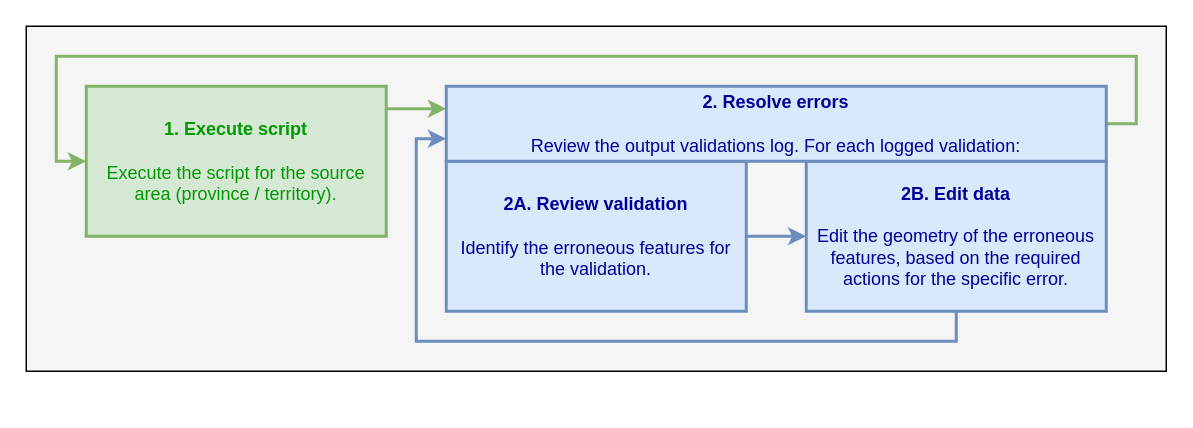
Earlier version of the draw.io diagram docs/source/_static/topology_validation/editing_process_topology_validation.drawio (StatCan/egp-crn). Source tidied: cells renumbered, new cells numbered last; positions are measured from the earlier drawing's top-left corner, leaving out a move shared by most shapes. Both pictures are drawn from the tidied source at 150%, with x=0, y=0 at pixel (26, 26).
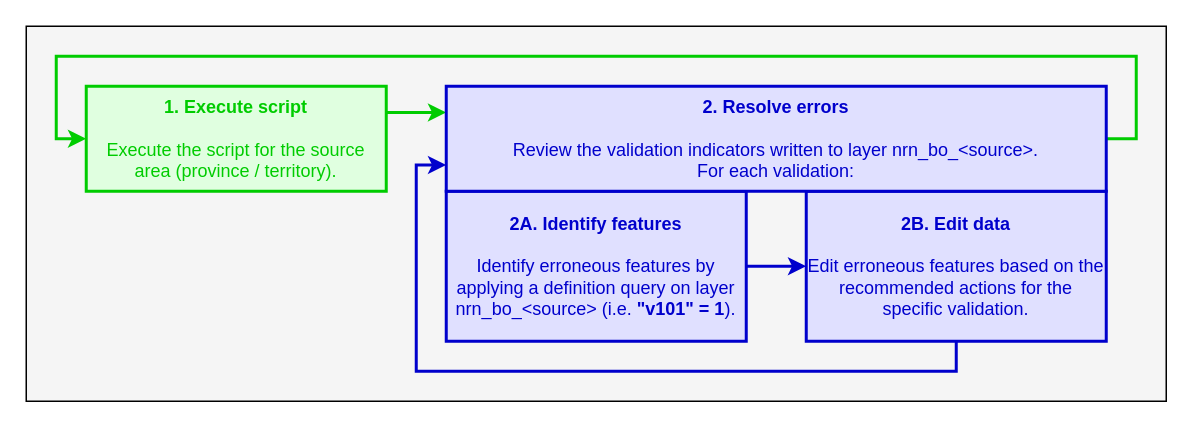
Above is the later version.

Commit message (it also covers changes not shown here):
docs [1] updated TOC descriptions, output layer descriptions, and editing process diagrams / descriptions.

Change to the diagram source:
```diff
@@
 <mxGraphModel>
   <root>
     <mxCell id="0" />
     <mxCell id="1" parent="0" />
     <mxCell id="2" style="rounded=0;whiteSpace=wrap;html=1;strokeColor=#000000;strokeWidth=1;fillColor=#F5F5F5;" parent="1" vertex="1">
-      <mxGeometry width="760" height="230" as="geometry" />
+      <mxGeometry width="760" height="250" as="geometry" />
     </mxCell>
-    <mxCell id="3" style="edgeStyle=orthogonalEdgeStyle;rounded=0;jettySize=auto;html=1;fontColor=#000099;exitX=0.995;exitY=0.153;exitDx=0;exitDy=0;exitPerimeter=0;entryX=0;entryY=0.3;entryDx=0;entryDy=0;entryPerimeter=0;strokeWidth=2;strokeColor=#82B366;" parent="1" edge="1" source="4" target="10">
-      <mxGeometry relative="1" as="geometry">
-        <Array as="points">
-          <mxPoint x="280" y="55" />
-        </Array>
-      </mxGeometry>
+    <mxCell id="3" style="edgeStyle=orthogonalEdgeStyle;rounded=0;jettySize=auto;html=1;entryX=0;entryY=0.25;entryDx=0;entryDy=0;fontColor=#0000CC;strokeColor=#00CC00;exitX=1;exitY=0.25;exitDx=0;exitDy=0;strokeWidth=2;" parent="1" edge="1" source="4" target="10">
+      <mxGeometry relative="1" as="geometry" />
     </mxCell>
-    <mxCell id="4" value="&lt;font color=&quot;#009900&quot;&gt;&lt;b&gt;1. Execute script&lt;/b&gt;&lt;br&gt;&lt;br&gt;Execute the script for the source area (province / territory).&lt;/font&gt;" style="rounded=0;whiteSpace=wrap;html=1;strokeColor=#82b366;strokeWidth=2;fillColor=#d5e8d4;align=center;verticalAlign=middle;" parent="1" vertex="1">
-      <mxGeometry x="40" y="40" width="200" height="100" as="geometry" />
+    <mxCell id="4" value="&lt;font&gt;&lt;b&gt;1. Execute script&lt;/b&gt;&lt;br&gt;&lt;br&gt;Execute the script for the source area (province / territory).&lt;/font&gt;" style="rounded=0;whiteSpace=wrap;html=1;strokeColor=#00CC00;strokeWidth=2;fillColor=#E0FFE0;align=center;verticalAlign=middle;fontColor=#00CC00;" parent="1" vertex="1">
+      <mxGeometry x="40" y="40" width="200" height="70" as="geometry" />
     </mxCell>
-    <mxCell id="5" style="edgeStyle=orthogonalEdgeStyle;rounded=0;jettySize=auto;html=1;strokeColor=#6C8EBF;strokeWidth=2;" parent="1" edge="1" source="6" target="8">
+    <mxCell id="5" style="edgeStyle=orthogonalEdgeStyle;rounded=0;jettySize=auto;html=1;strokeColor=#0000CC;strokeWidth=2;" parent="1" edge="1" source="6" target="8">
       <mxGeometry relative="1" as="geometry" />
     </mxCell>
-    <mxCell id="6" value="&lt;font color=&quot;#000099&quot;&gt;&lt;b&gt;2A. Review validation&lt;/b&gt;&lt;br&gt;&lt;br&gt;Identify the erroneous features for the validation.&lt;/font&gt;" style="rounded=0;whiteSpace=wrap;html=1;strokeColor=#6c8ebf;strokeWidth=2;fillColor=#dae8fc;align=center;verticalAlign=middle;" parent="1" vertex="1">
-      <mxGeometry x="280" y="90" width="200" height="100" as="geometry" />
+    <mxCell id="6" value="&lt;font&gt;&lt;b&gt;2A. Identify features&lt;/b&gt;&lt;br&gt;&lt;br&gt;Identify erroneous features by applying a definition query on layer nrn_bo_&amp;lt;source&amp;gt; (i.e. &lt;b&gt;&quot;v101&quot; = 1&lt;/b&gt;).&lt;/font&gt;" style="rounded=0;whiteSpace=wrap;html=1;strokeColor=#0000CC;strokeWidth=2;fillColor=#E0E0FF;align=center;verticalAlign=middle;fontColor=#0000CC;" parent="1" vertex="1">
+      <mxGeometry x="280" y="110" width="200" height="100" as="geometry" />
     </mxCell>
-    <mxCell id="7" style="edgeStyle=orthogonalEdgeStyle;rounded=0;jettySize=auto;html=1;entryX=0;entryY=0.7;entryDx=0;entryDy=0;entryPerimeter=0;strokeColor=#6C8EBF;strokeWidth=2;" parent="1" edge="1" source="8" target="10">
+    <mxCell id="7" style="edgeStyle=orthogonalEdgeStyle;rounded=0;jettySize=auto;html=1;entryX=0;entryY=0.75;entryDx=0;entryDy=0;strokeColor=#0000CC;strokeWidth=2;" parent="1" edge="1" source="8" target="10">
       <mxGeometry relative="1" as="geometry">
         <Array as="points">
-          <mxPoint x="620" y="210" />
-          <mxPoint x="260" y="210" />
-          <mxPoint x="260" y="75" />
+          <mxPoint x="620" y="230" />
+          <mxPoint x="260" y="230" />
+          <mxPoint x="260" y="93" />
         </Array>
       </mxGeometry>
     </mxCell>
-    <mxCell id="8" value="&lt;font color=&quot;#000099&quot;&gt;&lt;b&gt;2B. Edit data&lt;/b&gt;&lt;br&gt;&lt;br&gt;Edit the geometry of the erroneous features, based on the required actions for the specific error.&lt;/font&gt;" style="rounded=0;whiteSpace=wrap;html=1;strokeColor=#6c8ebf;strokeWidth=2;fillColor=#dae8fc;align=center;verticalAlign=middle;" parent="1" vertex="1">
-      <mxGeometry x="520" y="90" width="200" height="100" as="geometry" />
+    <mxCell id="8" value="&lt;font&gt;&lt;b&gt;2B. Edit data&lt;/b&gt;&lt;br&gt;&lt;br&gt;Edit erroneous features based on the recommended actions for the specific validation.&lt;/font&gt;" style="rounded=0;whiteSpace=wrap;html=1;strokeColor=#0000CC;strokeWidth=2;fillColor=#E0E0FF;align=center;verticalAlign=middle;fontColor=#0000CC;" parent="1" vertex="1">
+      <mxGeometry x="520" y="110" width="200" height="100" as="geometry" />
     </mxCell>
-    <mxCell id="9" style="edgeStyle=orthogonalEdgeStyle;rounded=0;jettySize=auto;html=1;entryX=0;entryY=0.5;entryDx=0;entryDy=0;exitX=1;exitY=0.5;exitDx=0;exitDy=0;strokeWidth=2;strokeColor=#82B366;" parent="1" edge="1" source="10" target="4">
+    <mxCell id="9" style="edgeStyle=orthogonalEdgeStyle;rounded=0;jettySize=auto;html=1;entryX=0;entryY=0.5;entryDx=0;entryDy=0;exitX=1;exitY=0.5;exitDx=0;exitDy=0;strokeWidth=2;strokeColor=#00CC00;" parent="1" edge="1" source="10" target="4">
       <mxGeometry relative="1" as="geometry">
         <Array as="points">
-          <mxPoint x="740" y="65" />
+          <mxPoint x="740" y="75" />
           <mxPoint x="740" y="20" />
           <mxPoint x="20" y="20" />
-          <mxPoint x="20" y="90" />
+          <mxPoint x="20" y="75" />
         </Array>
       </mxGeometry>
     </mxCell>
-    <mxCell id="10" value="&lt;font color=&quot;#000099&quot;&gt;&lt;b&gt;2. Resolve errors&lt;/b&gt;&lt;br&gt;&lt;br&gt;Review the output validations log. For each logged validation:&lt;/font&gt;" style="rounded=0;whiteSpace=wrap;html=1;strokeColor=#6c8ebf;strokeWidth=2;fillColor=#dae8fc;align=center;verticalAlign=middle;" parent="1" vertex="1">
-      <mxGeometry x="280" y="40" width="440" height="50" as="geometry" />
+    <mxCell id="10" value="&lt;font&gt;&lt;b&gt;2. Resolve errors&lt;/b&gt;&lt;br&gt;&lt;br&gt;Review the validation indicators written to layer nrn_bo_&amp;lt;source&amp;gt;.&lt;br&gt;For each validation:&lt;/font&gt;" style="rounded=0;whiteSpace=wrap;html=1;strokeColor=#0000CC;strokeWidth=2;fillColor=#E0E0FF;align=center;verticalAlign=middle;fontColor=#0000CC;" parent="1" vertex="1">
+      <mxGeometry x="280" y="40" width="440" height="70" as="geometry" />
     </mxCell>
   </root>
 </mxGraphModel>
```
